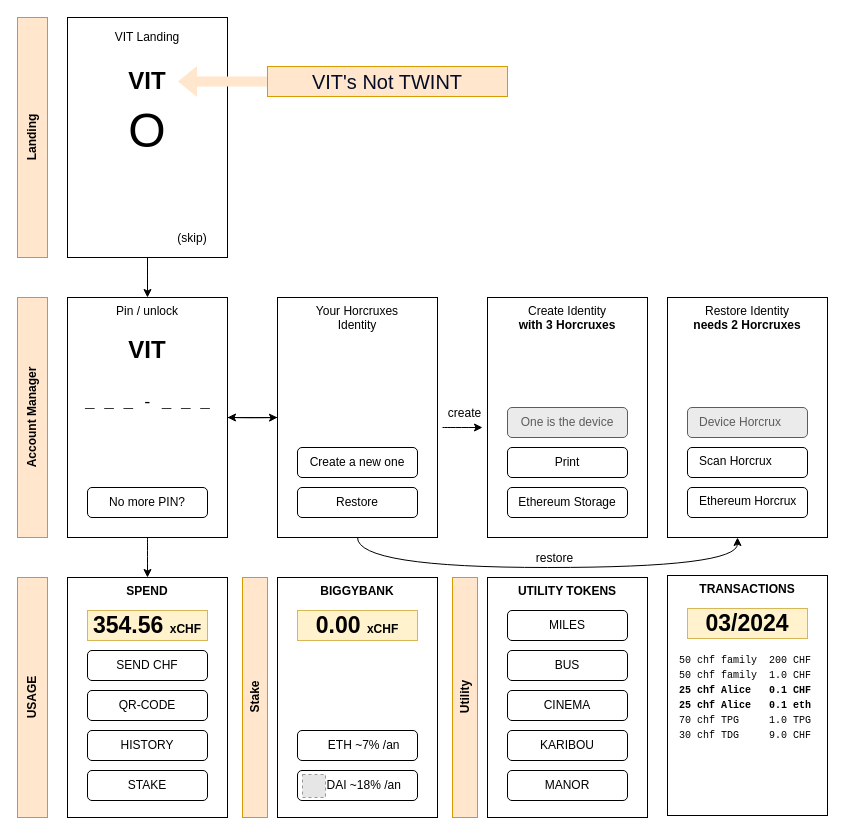
Above: page "overview" (1 of 2) of docs/horcrux.drawio in evaletolab/vit-evm (draw.io), before the change. Source tidied: cells renumbered, new cells numbered last; positions are measured from the earlier drawing's top-left corner, leaving out a move shared by most shapes. Both pictures are drawn from the tidied source at 100%, with x=0, y=0 at pixel (-88, 17). Pictures stored in the file or linked from it are replaced by grey dashed boxes.
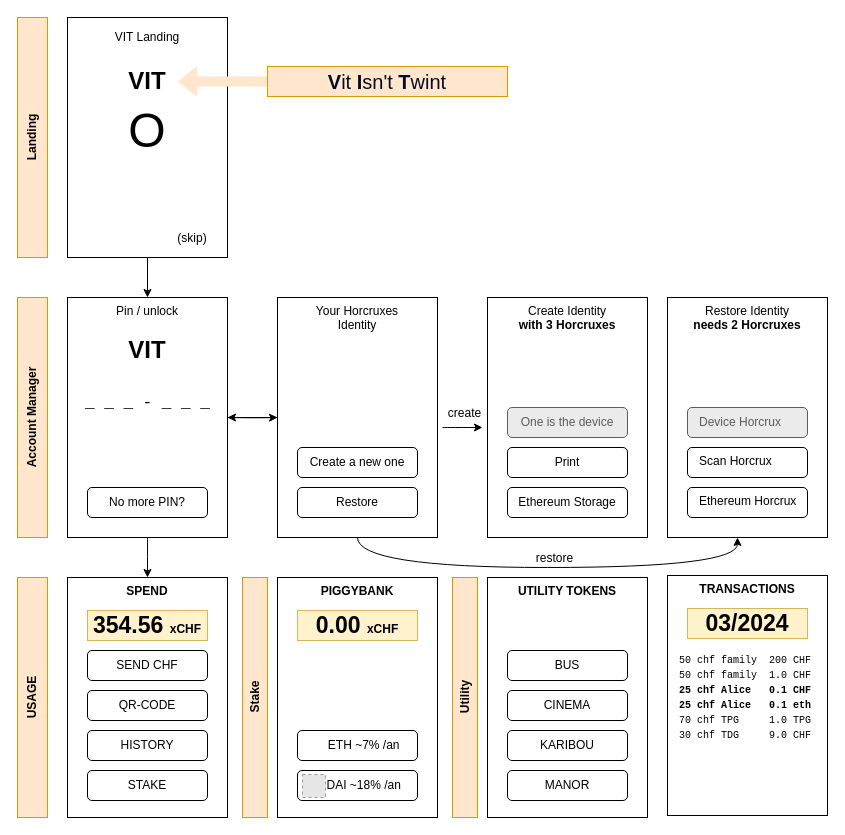
The same diagram, later.

Commit message:
chg: update flow

What changed in the source:
```diff
@@
-    <mxCell id="30" value="&lt;b&gt;BIGGYBANK&lt;/b&gt;" style="rounded=0;whiteSpace=wrap;html=1;verticalAlign=top;" parent="1" vertex="1">
+    <mxCell id="30" value="&lt;b&gt;PIGGYBANK&lt;/b&gt;" style="rounded=0;whiteSpace=wrap;html=1;verticalAlign=top;" parent="1" vertex="1">
       <mxGeometry x="365" y="560" width="160" height="240" as="geometry" />
     </mxCell>
@@
-    <mxCell id="49" value="MILES" style="rounded=1;whiteSpace=wrap;html=1;fontSize=12;" parent="1" vertex="1">
-      <mxGeometry x="595" y="593" width="120" height="30" as="geometry" />
-    </mxCell>
@@
-    <mxCell id="53" value="&lt;div style=&quot;text-align: left;&quot;&gt;&lt;font face=&quot;Google Sans, arial, sans-serif&quot; color=&quot;#040c28&quot;&gt;&lt;span style=&quot;font-size: 20px;&quot;&gt;VIT's Not TWINT&lt;/span&gt;&lt;/font&gt;&lt;/div&gt;" style="rounded=0;whiteSpace=wrap;html=1;fillColor=#ffe6cc;strokeColor=#d79b00;rotation=0;" parent="1" vertex="1">
+    <mxCell id="53" value="&lt;div style=&quot;text-align: left;&quot;&gt;&lt;font face=&quot;Google Sans, arial, sans-serif&quot; color=&quot;#040c28&quot;&gt;&lt;span style=&quot;font-size: 20px;&quot;&gt;&lt;b&gt;V&lt;/b&gt;it &lt;b&gt;I&lt;/b&gt;sn't &lt;b&gt;T&lt;/b&gt;wint&lt;/span&gt;&lt;/font&gt;&lt;/div&gt;" style="rounded=0;whiteSpace=wrap;html=1;fillColor=#ffe6cc;strokeColor=#d79b00;rotation=0;" parent="1" vertex="1">
       <mxGeometry x="355" y="49" width="240" height="30" as="geometry" />
     </mxCell>
```
